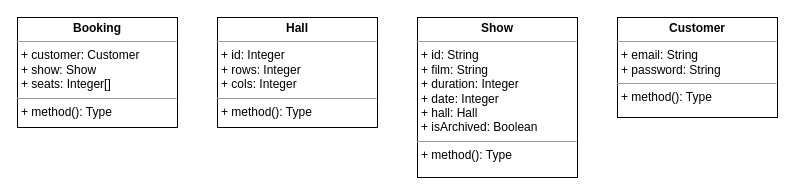
melvdlin/swtlab keeps this draw.io diagram as a1_preliminary_class_diagram.drawio. Above is the earlier version. Source tidied: cells renumbered, new cells numbered last; positions are measured from the earlier drawing's top-left corner, leaving out a move shared by most shapes. Both pictures are drawn from the tidied source at 100%, with x=0, y=0 at pixel (17, 17).
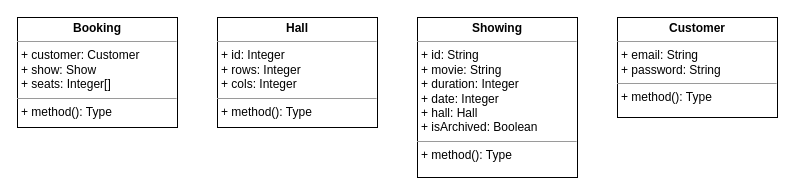
The same diagram, later.

The edit, as a diff of the source:
```diff
@@
 <mxGraphModel>
   <root>
     <mxCell id="0" />
     <mxCell id="1" parent="0" />
     <mxCell id="2" value="&lt;p style=&quot;margin:0px;margin-top:4px;text-align:center;&quot;&gt;&lt;b&gt;Customer&lt;/b&gt;&lt;/p&gt;&lt;hr size=&quot;1&quot;&gt;&lt;p style=&quot;margin:0px;margin-left:4px;&quot;&gt;+ email: String&lt;/p&gt;&lt;p style=&quot;margin:0px;margin-left:4px;&quot;&gt;+ password: String&lt;/p&gt;&lt;hr size=&quot;1&quot;&gt;&lt;p style=&quot;margin:0px;margin-left:4px;&quot;&gt;+ method(): Type&lt;/p&gt;" style="verticalAlign=top;align=left;overflow=fill;fontSize=12;fontFamily=Helvetica;html=1;" parent="1" vertex="1">
       <mxGeometry x="600" width="160" height="100" as="geometry" />
     </mxCell>
-    <mxCell id="3" value="&lt;p style=&quot;margin:0px;margin-top:4px;text-align:center;&quot;&gt;&lt;b&gt;Show&lt;/b&gt;&lt;/p&gt;&lt;hr size=&quot;1&quot;&gt;&lt;p style=&quot;margin:0px;margin-left:4px;&quot;&gt;+ id: String&lt;/p&gt;&lt;p style=&quot;margin:0px;margin-left:4px;&quot;&gt;+ film: String&lt;/p&gt;&lt;p style=&quot;margin:0px;margin-left:4px;&quot;&gt;+ duration: Integer&lt;/p&gt;&lt;p style=&quot;margin:0px;margin-left:4px;&quot;&gt;+ date: Integer&lt;/p&gt;&lt;p style=&quot;margin:0px;margin-left:4px;&quot;&gt;+ hall: Hall&lt;/p&gt;&lt;p style=&quot;margin:0px;margin-left:4px;&quot;&gt;+ isArchived: Boolean&lt;/p&gt;&lt;hr size=&quot;1&quot;&gt;&lt;p style=&quot;margin:0px;margin-left:4px;&quot;&gt;+ method(): Type&lt;/p&gt;" style="verticalAlign=top;align=left;overflow=fill;fontSize=12;fontFamily=Helvetica;html=1;" parent="1" vertex="1">
+    <mxCell id="3" value="&lt;p style=&quot;margin: 0px ; margin-top: 4px ; text-align: center&quot;&gt;&lt;b&gt;Showing&lt;/b&gt;&lt;/p&gt;&lt;hr size=&quot;1&quot;&gt;&lt;p style=&quot;margin: 0px ; margin-left: 4px&quot;&gt;+ id: String&lt;/p&gt;&lt;p style=&quot;margin: 0px ; margin-left: 4px&quot;&gt;+ movie: String&lt;/p&gt;&lt;p style=&quot;margin: 0px ; margin-left: 4px&quot;&gt;+ duration: Integer&lt;/p&gt;&lt;p style=&quot;margin: 0px ; margin-left: 4px&quot;&gt;+ date: Integer&lt;/p&gt;&lt;p style=&quot;margin: 0px ; margin-left: 4px&quot;&gt;+ hall: Hall&lt;/p&gt;&lt;p style=&quot;margin: 0px ; margin-left: 4px&quot;&gt;+ isArchived: Boolean&lt;/p&gt;&lt;hr size=&quot;1&quot;&gt;&lt;p style=&quot;margin: 0px ; margin-left: 4px&quot;&gt;+ method(): Type&lt;/p&gt;" style="verticalAlign=top;align=left;overflow=fill;fontSize=12;fontFamily=Helvetica;html=1;" parent="1" vertex="1">
       <mxGeometry x="400" width="160" height="160" as="geometry" />
     </mxCell>
     <mxCell id="4" value="&lt;p style=&quot;margin:0px;margin-top:4px;text-align:center;&quot;&gt;&lt;b&gt;Hall&lt;/b&gt;&lt;/p&gt;&lt;hr size=&quot;1&quot;&gt;&lt;p style=&quot;margin:0px;margin-left:4px;&quot;&gt;+ id: Integer&lt;/p&gt;&lt;p style=&quot;margin:0px;margin-left:4px;&quot;&gt;+ rows: Integer&lt;/p&gt;&lt;p style=&quot;margin:0px;margin-left:4px;&quot;&gt;+ cols: Integer&lt;/p&gt;&lt;hr size=&quot;1&quot;&gt;&lt;p style=&quot;margin:0px;margin-left:4px;&quot;&gt;+ method(): Type&lt;/p&gt;" style="verticalAlign=top;align=left;overflow=fill;fontSize=12;fontFamily=Helvetica;html=1;" parent="1" vertex="1">
       <mxGeometry x="200" width="160" height="110" as="geometry" />
     </mxCell>
     <mxCell id="5" value="&lt;p style=&quot;margin:0px;margin-top:4px;text-align:center;&quot;&gt;&lt;b&gt;Booking&lt;/b&gt;&lt;/p&gt;&lt;hr size=&quot;1&quot;&gt;&lt;p style=&quot;margin:0px;margin-left:4px;&quot;&gt;+ customer: Customer&lt;/p&gt;&lt;p style=&quot;margin:0px;margin-left:4px;&quot;&gt;+ show: Show&lt;/p&gt;&lt;p style=&quot;margin:0px;margin-left:4px;&quot;&gt;+ seats: Integer[]&lt;/p&gt;&lt;hr size=&quot;1&quot;&gt;&lt;p style=&quot;margin:0px;margin-left:4px;&quot;&gt;+ method(): Type&lt;/p&gt;" style="verticalAlign=top;align=left;overflow=fill;fontSize=12;fontFamily=Helvetica;html=1;" parent="1" vertex="1">
       <mxGeometry width="160" height="110" as="geometry" />
     </mxCell>
   </root>
 </mxGraphModel>
```
